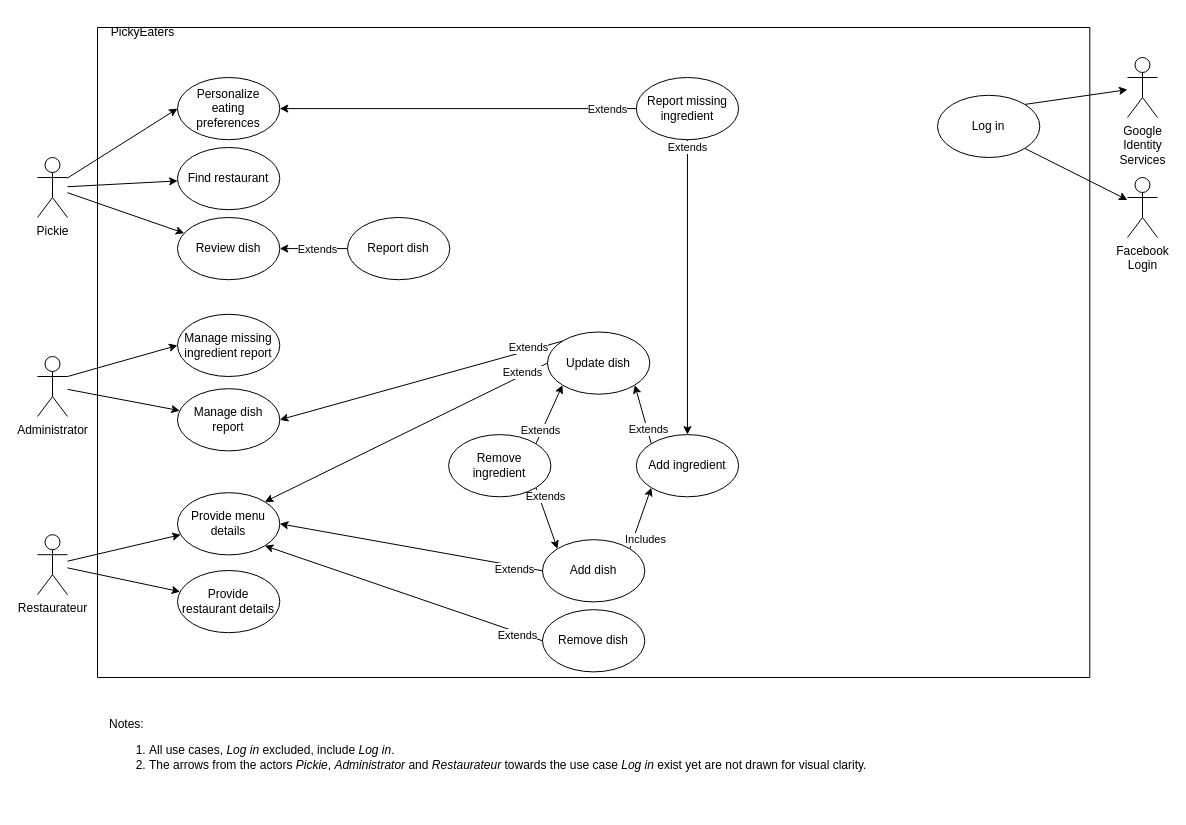
The draw.io diagram 1 Software Requirement Specification/Use Case Diagram - Falessi.drawio in CristianaGiustiniani/ProgettoISPW, before the edit. Source tidied: cells renumbered, new cells numbered last; positions are measured from the earlier drawing's top-left corner, leaving out a move shared by most shapes. Both pictures are drawn from the tidied source at 100%, with x=0, y=0 at pixel (37, 17).
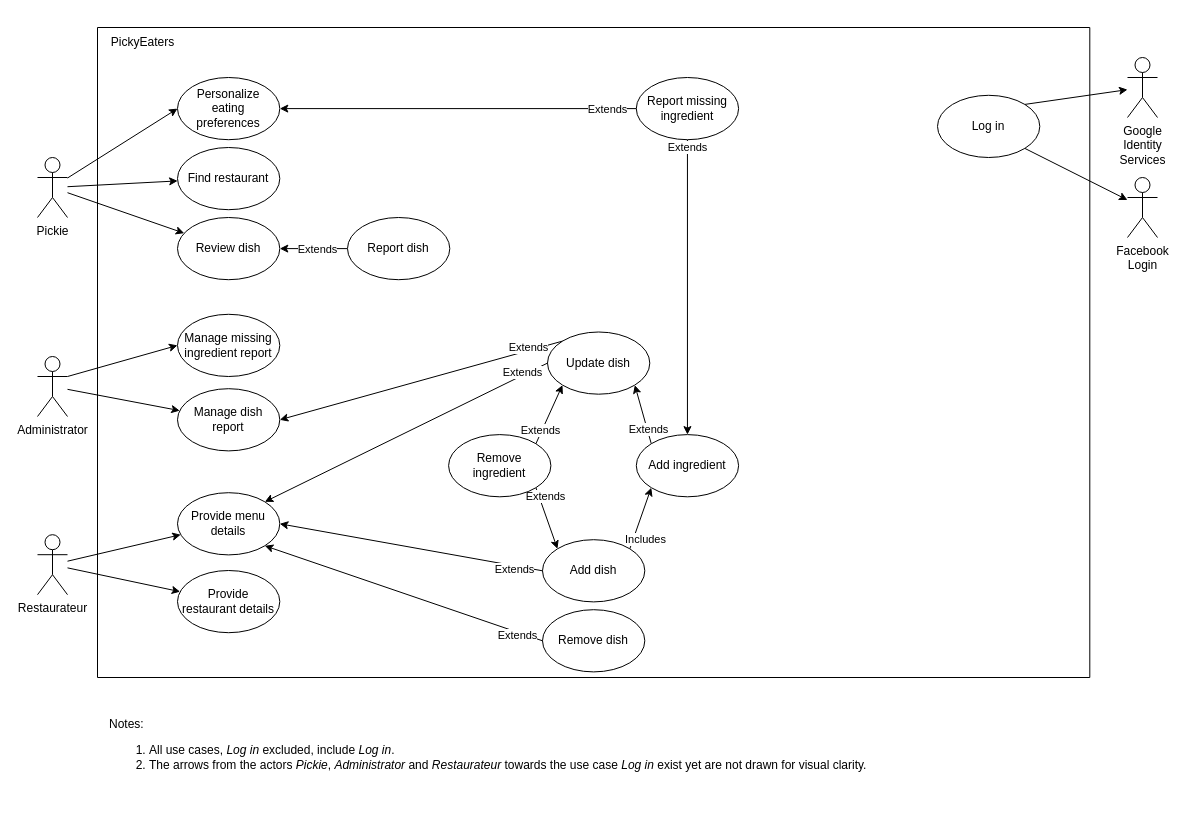
After the change.

The change refers to these unchanged cells:
```xml
<mxCell id="3" style="swimlane;startSize=0;" parent="1" vertex="1">
  <mxGeometry x="60" y="10" width="992.3" height="650" as="geometry" />
</mxCell>
```

The edit, as a diff of the source:
```diff
@@
-    <mxCell id="51" value="PickyEaters" style="text;html=1;align=center;verticalAlign=middle;strokeColor=none;fillColor=none;" parent="1" vertex="1">
-      <mxGeometry x="60" width="90" height="30" as="geometry" />
+    <mxCell id="51" value="PickyEaters" style="text;html=1;align=center;verticalAlign=middle;strokeColor=none;fillColor=none;" parent="3" vertex="1">
+      <mxGeometry width="90" height="30" as="geometry" />
     </mxCell>
```
